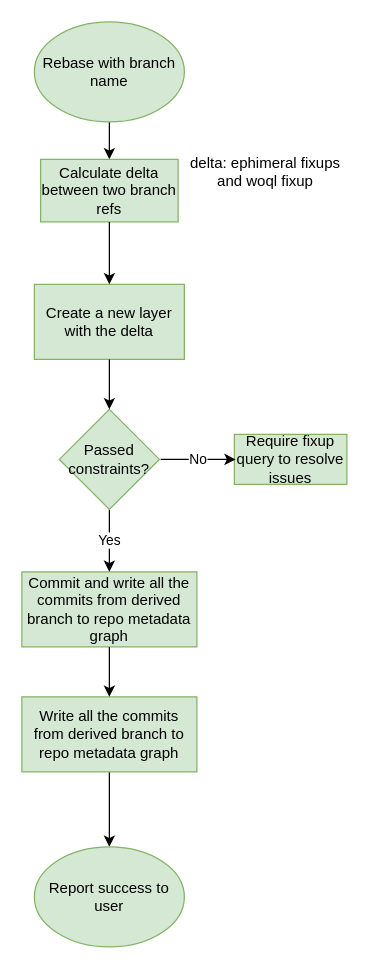
terminusdb/terminusdb keeps this draw.io diagram as docs/architectural-diagrams/rebase.drawio. Above is the earlier version. Source tidied: cells renumbered, new cells numbered last; positions are measured from the earlier drawing's top-left corner, leaving out a move shared by most shapes. Both pictures are drawn from the tidied source at 125%, with x=0, y=0 at pixel (21, 21).
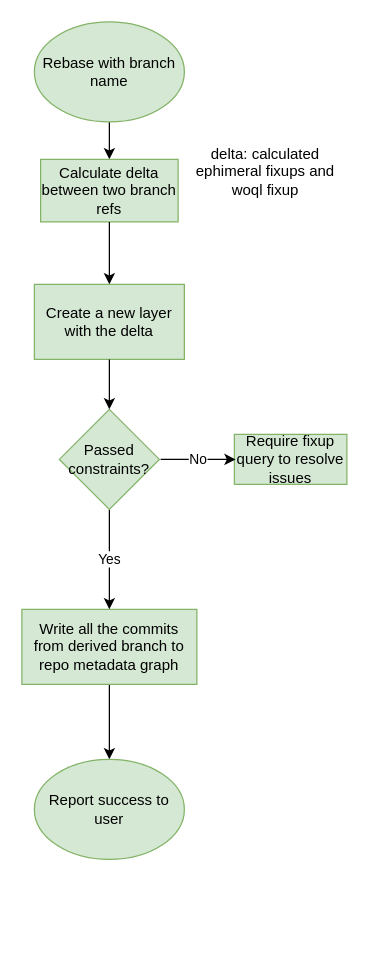
The same page after the edit.

The edit, as a diff of the source:
```diff
@@
 <mxGraphModel>
   <root>
     <mxCell id="0" />
     <mxCell id="1" parent="0" />
     <mxCell id="2" style="edgeStyle=orthogonalEdgeStyle;rounded=0;jettySize=auto;html=1;" parent="1" edge="1" source="3">
       <mxGeometry relative="1" as="geometry">
         <mxPoint x="70" y="110" as="targetPoint" />
       </mxGeometry>
     </mxCell>
     <mxCell id="3" value="Rebase with branch name" style="ellipse;whiteSpace=wrap;html=1;fillColor=#d5e8d4;strokeColor=#82b366;" parent="1" vertex="1">
       <mxGeometry x="10" width="120" height="80" as="geometry" />
     </mxCell>
     <mxCell id="4" value="Calculate delta between two branch refs" style="rounded=0;whiteSpace=wrap;html=1;fillColor=#d5e8d4;strokeColor=#82b366;" parent="1" vertex="1">
       <mxGeometry x="15" y="110" width="110" height="50" as="geometry" />
     </mxCell>
-    <mxCell id="5" value="delta: ephimeral fixups and woql fixup" style="text;html=1;strokeColor=none;fillColor=none;align=center;verticalAlign=middle;whiteSpace=wrap;rounded=0;" parent="1" vertex="1">
+    <mxCell id="5" value="delta: calculated ephimeral fixups and woql fixup" style="text;html=1;strokeColor=none;fillColor=none;align=center;verticalAlign=middle;whiteSpace=wrap;rounded=0;" parent="1" vertex="1">
       <mxGeometry x="130" y="100" width="130" height="40" as="geometry" />
     </mxCell>
     <mxCell id="6" value="Create a new layer with the delta" style="rounded=0;whiteSpace=wrap;html=1;fillColor=#d5e8d4;strokeColor=#82b366;" parent="1" vertex="1">
       <mxGeometry x="10" y="210" width="120" height="60" as="geometry" />
     </mxCell>
     <mxCell id="7" style="endArrow=classic;html=1;exitX=0.5;exitY=1;exitDx=0;exitDy=0;entryX=0.5;entryY=0;entryDx=0;entryDy=0;" parent="1" edge="1" source="4" target="6">
       <mxGeometry relative="1" as="geometry" />
     </mxCell>
     <mxCell id="8" style="edgeStyle=orthogonalEdgeStyle;rounded=0;jettySize=auto;html=1;" parent="1" edge="1" source="9" target="17">
       <mxGeometry relative="1" as="geometry" />
     </mxCell>
     <mxCell id="9" value="Write all the commits from derived branch to repo metadata graph" style="rounded=0;whiteSpace=wrap;html=1;fillColor=#d5e8d4;strokeColor=#82b366;" parent="1" vertex="1">
-      <mxGeometry y="540" width="140" height="60" as="geometry" />
+      <mxGeometry y="470" width="140" height="60" as="geometry" />
     </mxCell>
-    <mxCell id="10" value="Commit and write all the commits from derived branch to repo metadata graph" style="rounded=0;whiteSpace=wrap;html=1;fillColor=#d5e8d4;strokeColor=#82b366;" parent="1" vertex="1">
-      <mxGeometry y="440" width="140" height="60" as="geometry" />
-    </mxCell>
-    <mxCell id="11" style="endArrow=classic;html=1;entryX=0.5;entryY=0;entryDx=0;entryDy=0;" parent="1" edge="1" source="10" target="9">
-      <mxGeometry relative="1" as="geometry" />
-    </mxCell>
-    <mxCell id="12" value="Yes" style="edgeStyle=orthogonalEdgeStyle;rounded=0;jettySize=auto;html=1;" parent="1" edge="1" source="13" target="10">
+    <mxCell id="12" value="Yes" style="edgeStyle=orthogonalEdgeStyle;rounded=0;jettySize=auto;html=1;entryX=0.5;entryY=0;entryDx=0;entryDy=0;" parent="1" edge="1" source="13" target="9">
       <mxGeometry relative="1" as="geometry" />
     </mxCell>
     <mxCell id="13" value="Passed constraints?" style="rhombus;whiteSpace=wrap;html=1;fillColor=#d5e8d4;strokeColor=#82b366;" parent="1" vertex="1">
       <mxGeometry x="30" y="310" width="80" height="80" as="geometry" />
     </mxCell>
     <mxCell id="14" style="endArrow=classic;html=1;exitX=0.5;exitY=1;exitDx=0;exitDy=0;entryX=0.5;entryY=0;entryDx=0;entryDy=0;" parent="1" edge="1" source="6" target="13">
       <mxGeometry relative="1" as="geometry" />
     </mxCell>
     <mxCell id="15" value="Require fixup query to resolve issues" style="rounded=0;whiteSpace=wrap;html=1;fillColor=#d5e8d4;strokeColor=#82b366;" parent="1" vertex="1">
       <mxGeometry x="170" y="330" width="90" height="40" as="geometry" />
     </mxCell>
     <mxCell id="16" value="No" style="endArrow=classic;html=1;exitX=1;exitY=0.5;exitDx=0;exitDy=0;" parent="1" edge="1">
       <mxGeometry relative="1" as="geometry">
         <mxPoint x="111" y="350" as="sourcePoint" />
         <mxPoint x="171" y="350" as="targetPoint" />
       </mxGeometry>
     </mxCell>
     <mxCell id="17" value="Report success to user" style="ellipse;whiteSpace=wrap;html=1;fillColor=#d5e8d4;strokeColor=#82b366;" parent="1" vertex="1">
-      <mxGeometry x="10" y="660" width="120" height="80" as="geometry" />
+      <mxGeometry x="10" y="590" width="120" height="80" as="geometry" />
     </mxCell>
   </root>
 </mxGraphModel>
```
